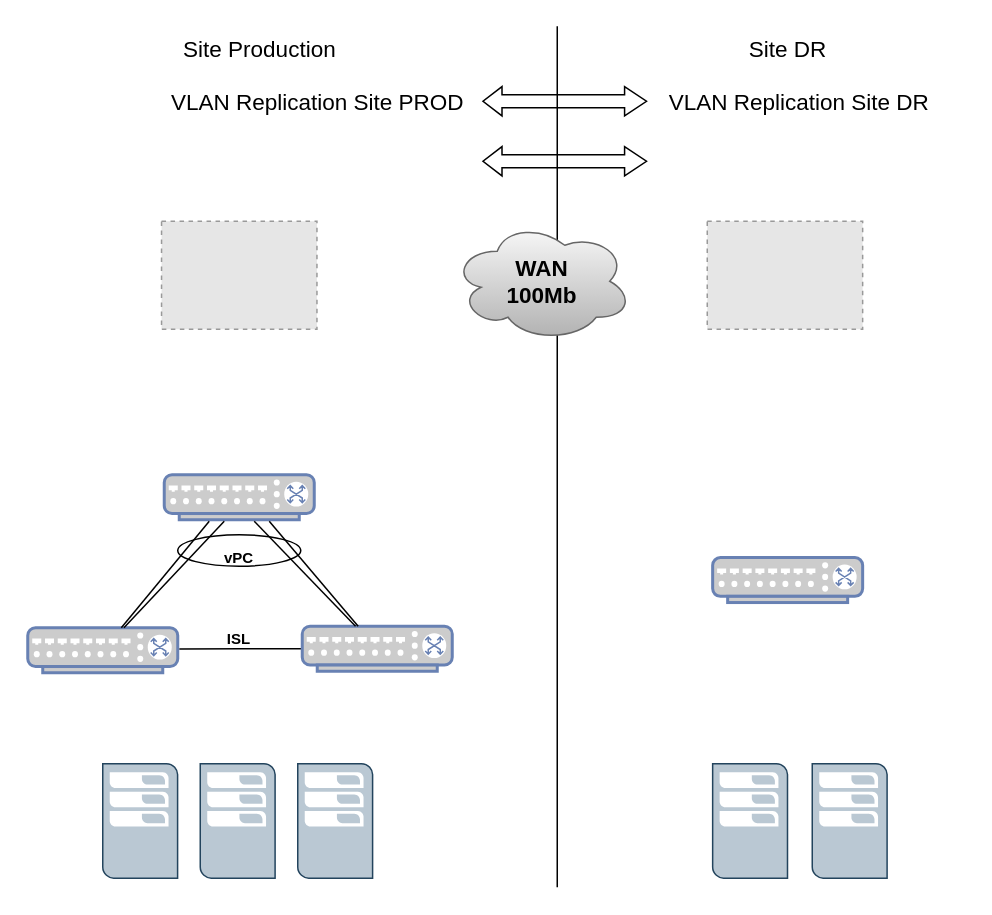
Above: BIM_Network.drawio in DrXneaky/Diagram (draw.io), before the change. Source tidied: cells renumbered, new cells numbered last; positions are measured from the earlier drawing's top-left corner, leaving out a move shared by most shapes. Both pictures are drawn from the tidied source at 150%, with x=0, y=0 at pixel (27, 26). Pictures stored in the file or linked from it are replaced by grey dashed boxes.
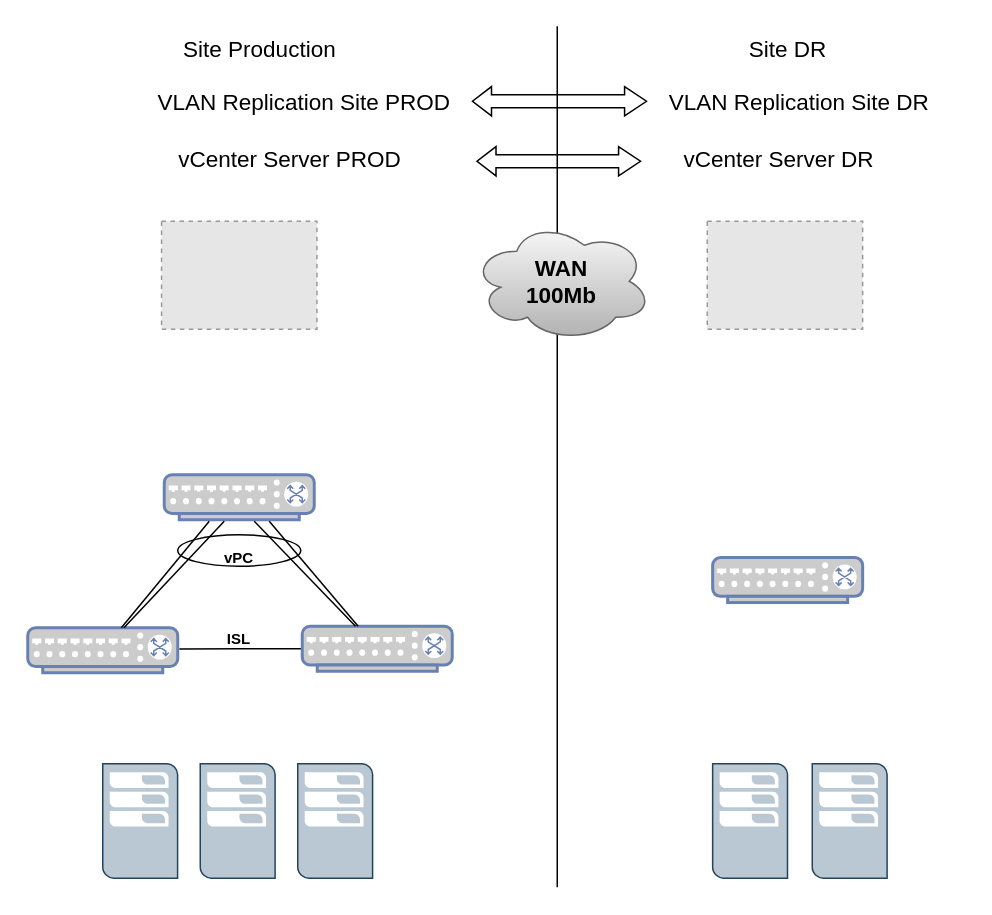
The same page after the edit.

Diff of the diagram source:
```diff
@@
     <mxCell id="22" value="&lt;b style=&quot;font-size: 15px&quot;&gt;&lt;font style=&quot;font-size: 15px&quot;&gt;WAN&lt;br&gt;100Mb&lt;br&gt;&lt;/font&gt;&lt;/b&gt;" style="ellipse;shape=cloud;whiteSpace=wrap;html=1;fontSize=10;fillColor=#f5f5f5;gradientColor=#b3b3b3;strokeColor=#666666;" parent="1" vertex="1">
-      <mxGeometry x="283" y="130" width="120" height="80" as="geometry" />
+      <mxGeometry x="296" y="130" width="120" height="80" as="geometry" />
     </mxCell>
@@
     <mxCell id="25" style="shape=flexArrow;endArrow=classic;startArrow=classic;html=1;rounded=0;fontSize=15;width=8.666666666666666;endSize=4.537419354838709;endWidth=9.829344432882413;startSize=3.89;startWidth=9.829344432882413;" parent="1" edge="1">
       <mxGeometry relative="1" as="geometry">
-        <mxPoint x="303" y="90" as="sourcePoint" />
-        <mxPoint x="413" y="90" as="targetPoint" />
+        <mxPoint x="299" y="90" as="sourcePoint" />
+        <mxPoint x="409" y="90" as="targetPoint" />
       </mxGeometry>
     </mxCell>
-    <mxCell id="26" style="shape=flexArrow;endArrow=classic;startArrow=classic;html=1;rounded=0;fontSize=15;width=8.666666666666666;endSize=4.537419354838709;endWidth=9.829344432882413;startSize=3.89;startWidth=9.829344432882413;" parent="1" edge="1">
+    <mxCell id="26" style="shape=flexArrow;endArrow=classic;startArrow=classic;html=1;rounded=0;fontSize=15;width=8.666666666666666;endSize=4.537419354838709;endWidth=9.829344432882413;startSize=3.89;startWidth=9.829344432882413;exitX=1;exitY=0.5;exitDx=0;exitDy=0;" parent="1" edge="1" source="27">
       <mxGeometry relative="1" as="geometry">
-        <mxPoint x="303" y="50" as="sourcePoint" />
         <mxPoint x="413" y="50" as="targetPoint" />
       </mxGeometry>
     </mxCell>
     <mxCell id="27" value="VLAN Replication Site PROD" style="text;html=1;strokeColor=none;fillColor=none;align=center;verticalAlign=middle;whiteSpace=wrap;rounded=0;fontSize=15;" parent="1" vertex="1">
-      <mxGeometry x="82" y="35" width="223" height="30" as="geometry" />
+      <mxGeometry x="73" y="35" width="223" height="30" as="geometry" />
     </mxCell>
     <mxCell id="28" value="VLAN Replication Site DR" style="text;html=1;strokeColor=none;fillColor=none;align=center;verticalAlign=middle;whiteSpace=wrap;rounded=0;fontSize=15;" parent="1" vertex="1">
-      <mxGeometry x="403" y="35" width="223" height="30" as="geometry" />
+      <mxGeometry x="423" y="35" width="183" height="30" as="geometry" />
     </mxCell>
+    <mxCell id="29" value="vCenter Server PROD" style="text;html=1;strokeColor=none;fillColor=none;align=center;verticalAlign=middle;whiteSpace=wrap;rounded=0;fontSize=15;" parent="1" vertex="1">
+      <mxGeometry x="86" y="73" width="178" height="30" as="geometry" />
+    </mxCell>
+    <mxCell id="30" value="vCenter Server DR" style="text;html=1;strokeColor=none;fillColor=none;align=center;verticalAlign=middle;whiteSpace=wrap;rounded=0;fontSize=15;" parent="1" vertex="1">
+      <mxGeometry x="430" y="73" width="142" height="30" as="geometry" />
+    </mxCell>
```
